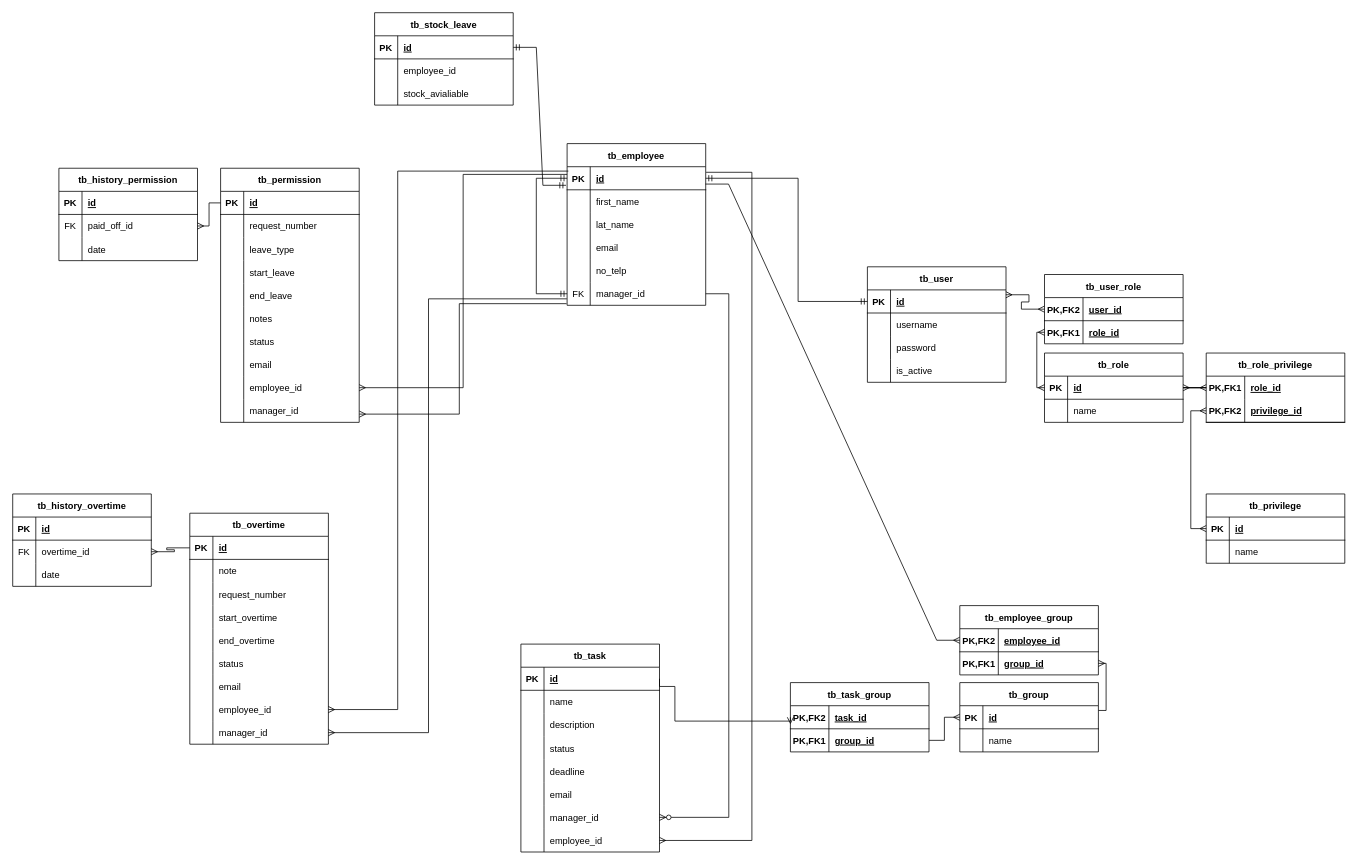
Before: Final.drawio in zarmintaa/Skripsi, a draw.io diagram. Source tidied: cells renumbered, new cells numbered last; positions are measured from the earlier drawing's top-left corner, leaving out a move shared by most shapes. Both pictures are drawn from the tidied source at 77%, with x=0, y=0 at pixel (12, 12).
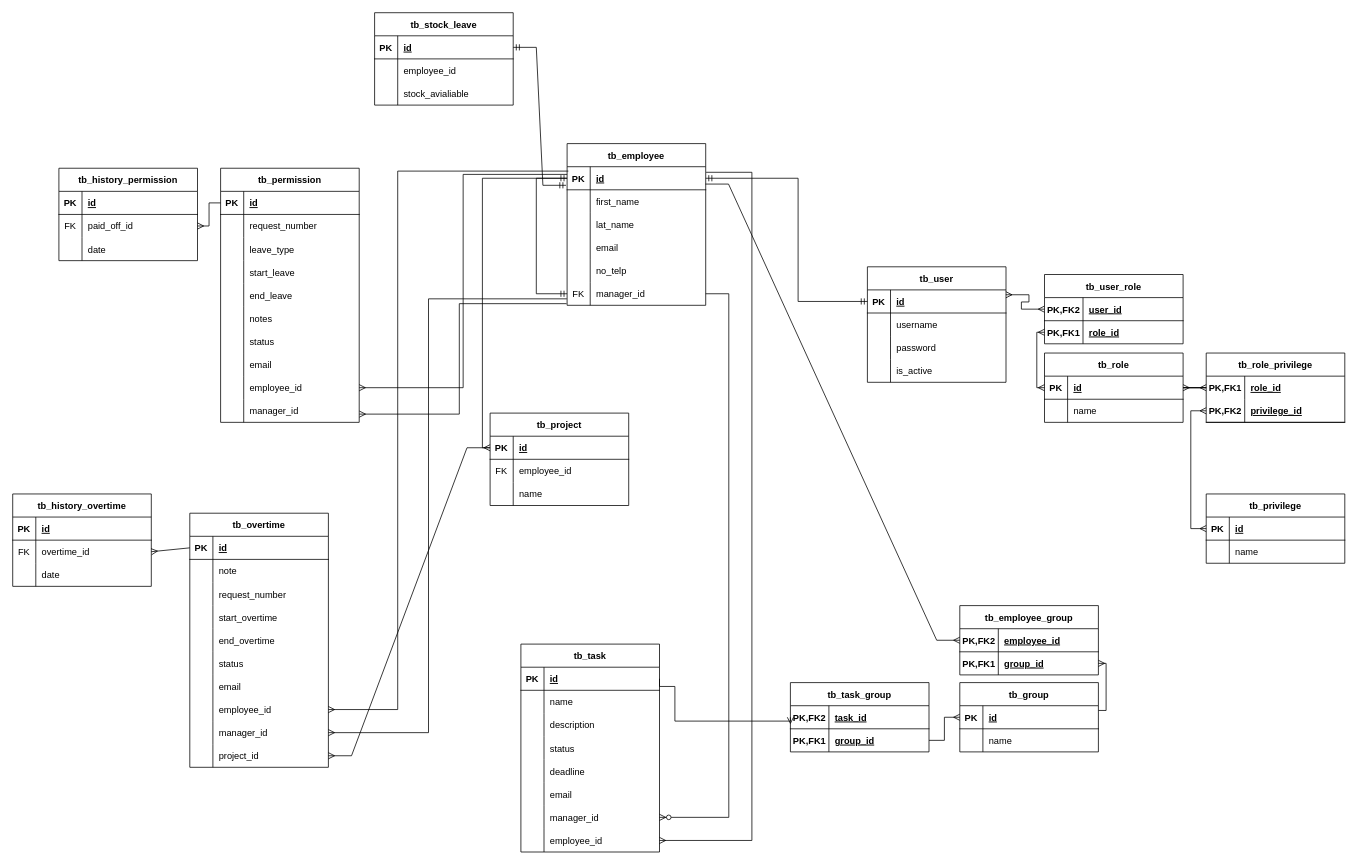
After the change.

The change refers to these unchanged cells:
```xml
<mxCell id="30" style="shape=tableRow;horizontal=0;startSize=0;swimlaneHead=0;swimlaneBody=0;fillColor=none;points=[[0,0.5],[1,0.5]];portConstraint=eastwest;top=0;left=0;right=0;bottom=1;" parent="29" vertex="1">
  <mxGeometry y="30" width="180" height="30" as="geometry" />
</mxCell>
<mxCell id="102" style="shape=tableRow;horizontal=0;startSize=0;swimlaneHead=0;swimlaneBody=0;fillColor=none;points=[[0,0.5],[1,0.5]];portConstraint=eastwest;top=0;left=0;right=0;bottom=0;" parent="98" vertex="1">
  <mxGeometry y="60" width="180" height="30" as="geometry" />
</mxCell>
<mxCell id="174" style="shape=tableRow;horizontal=0;startSize=0;swimlaneHead=0;swimlaneBody=0;fillColor=none;points=[[0,0.5],[1,0.5]];portConstraint=eastwest;top=0;left=0;right=0;bottom=1;" parent="173" vertex="1">
  <mxGeometry y="30" width="180" height="30" as="geometry" />
</mxCell>
```

Change to the diagram source:
```diff
@@
     <mxCell id="173" value="tb_overtime" style="shape=table;startSize=30;childLayout=tableLayout;rowLines=0;fontStyle=1;align=center;" parent="1" vertex="1">
-      <mxGeometry x="230" y="650" width="180" height="300" as="geometry" />
+      <mxGeometry x="230" y="650" width="180" height="330" as="geometry" />
     </mxCell>
@@
+    <mxCell id="216" style="shape=tableRow;horizontal=0;startSize=0;swimlaneHead=0;swimlaneBody=0;fillColor=none;points=[[0,0.5],[1,0.5]];portConstraint=eastwest;top=0;left=0;right=0;bottom=0;" parent="173" vertex="1">
+      <mxGeometry y="300" width="180" height="30" as="geometry" />
+    </mxCell>
+    <mxCell id="217" style="shape=partialRectangle;fillColor=none;top=0;left=0;bottom=0;right=0;overflow=hidden;" parent="216" vertex="1">
+      <mxGeometry width="30" height="30" as="geometry" />
+    </mxCell>
+    <mxCell id="218" value="project_id" style="shape=partialRectangle;fillColor=none;top=0;left=0;bottom=0;right=0;align=left;spacingLeft=6;overflow=hidden;" parent="216" vertex="1">
+      <mxGeometry x="30" width="150" height="30" as="geometry" />
+    </mxCell>
@@
-    <mxCell id="203" style="edgeStyle=entityRelationEdgeStyle;fontSize=12;html=1;endArrow=ERmany;rounded=0;entryX=1;entryY=0.5;entryDx=0;entryDy=0;exitX=0;exitY=0.5;exitDx=0;exitDy=0;" parent="1" edge="1" source="174" target="102">
+    <mxCell id="203" style="fontSize=12;html=1;endArrow=ERmany;rounded=0;entryX=1;entryY=0.5;entryDx=0;entryDy=0;exitX=0;exitY=0.5;exitDx=0;exitDy=0;" parent="1" edge="1" source="174" target="102">
       <mxGeometry relative="1" as="geometry" />
     </mxCell>
@@
+    <mxCell id="219" value="tb_project" style="shape=table;startSize=30;childLayout=tableLayout;rowLines=0;fontStyle=1;align=center;" parent="1" vertex="1">
+      <mxGeometry x="620" y="520" width="180" height="120" as="geometry" />
+    </mxCell>
+    <mxCell id="220" style="shape=tableRow;horizontal=0;startSize=0;swimlaneHead=0;swimlaneBody=0;fillColor=none;points=[[0,0.5],[1,0.5]];portConstraint=eastwest;top=0;left=0;right=0;bottom=1;" parent="219" vertex="1">
+      <mxGeometry y="30" width="180" height="30" as="geometry" />
+    </mxCell>
+    <mxCell id="221" value="PK" style="shape=partialRectangle;fillColor=none;top=0;left=0;bottom=0;right=0;fontStyle=1;overflow=hidden;" parent="220" vertex="1">
+      <mxGeometry width="30" height="30" as="geometry" />
+    </mxCell>
+    <mxCell id="222" value="id" style="shape=partialRectangle;fillColor=none;top=0;left=0;bottom=0;right=0;align=left;spacingLeft=6;fontStyle=5;overflow=hidden;" parent="220" vertex="1">
+      <mxGeometry x="30" width="150" height="30" as="geometry" />
+    </mxCell>
+    <mxCell id="223" style="shape=tableRow;horizontal=0;startSize=0;swimlaneHead=0;swimlaneBody=0;fillColor=none;top=0;left=0;right=0;bottom=0;" parent="219" vertex="1">
+      <mxGeometry y="60" width="180" height="30" as="geometry" />
+    </mxCell>
+    <mxCell id="224" value="FK" style="shape=partialRectangle;fillColor=none;top=0;left=0;bottom=0;right=0;overflow=hidden;" parent="223" vertex="1">
+      <mxGeometry width="30" height="30" as="geometry" />
+    </mxCell>
+    <mxCell id="225" value="employee_id" style="shape=partialRectangle;fillColor=none;top=0;left=0;bottom=0;right=0;align=left;spacingLeft=6;overflow=hidden;" parent="223" vertex="1">
+      <mxGeometry x="30" width="150" height="30" as="geometry" />
+    </mxCell>
+    <mxCell id="226" style="shape=tableRow;horizontal=0;startSize=0;swimlaneHead=0;swimlaneBody=0;fillColor=none;top=0;left=0;right=0;bottom=0;" parent="219" vertex="1">
+      <mxGeometry y="90" width="180" height="30" as="geometry" />
+    </mxCell>
+    <mxCell id="227" style="shape=partialRectangle;fillColor=none;top=0;left=0;bottom=0;right=0;overflow=hidden;" parent="226" vertex="1">
+      <mxGeometry width="30" height="30" as="geometry" />
+    </mxCell>
+    <mxCell id="228" value="name" style="shape=partialRectangle;fillColor=none;top=0;left=0;bottom=0;right=0;align=left;spacingLeft=6;overflow=hidden;" parent="226" vertex="1">
+      <mxGeometry x="30" width="150" height="30" as="geometry" />
+    </mxCell>
+    <mxCell id="229" style="edgeStyle=orthogonalEdgeStyle;fontSize=12;html=1;endArrow=ERmany;rounded=0;exitX=0;exitY=0.5;exitDx=0;exitDy=0;entryX=0;entryY=0.5;entryDx=0;entryDy=0;" parent="1" edge="1" source="30" target="220">
+      <mxGeometry relative="1" as="geometry" />
+    </mxCell>
+    <mxCell id="230" style="edgeStyle=entityRelationEdgeStyle;fontSize=12;html=1;endArrow=ERmany;rounded=0;entryX=1;entryY=0.5;entryDx=0;entryDy=0;exitX=0;exitY=0.5;exitDx=0;exitDy=0;" parent="1" edge="1" source="220" target="216">
+      <mxGeometry relative="1" as="geometry" />
+    </mxCell>
```
